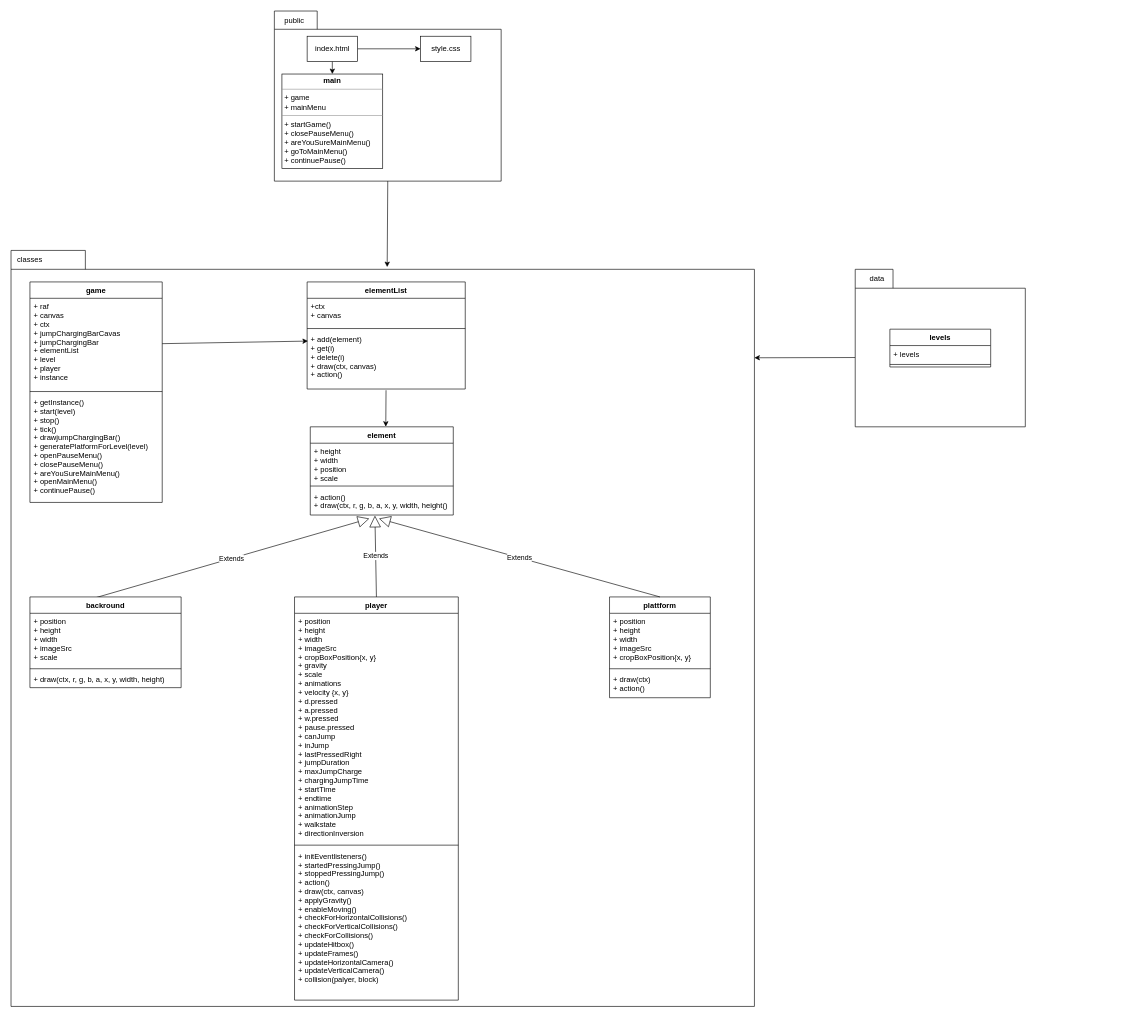
Above: klassendiagramm.drawio in ozhadykov/browsergame-v2 (draw.io), before the change. Source tidied: cells renumbered, new cells numbered last; positions are measured from the earlier drawing's top-left corner, leaving out a move shared by most shapes. Both pictures are drawn from the tidied source at 63%, with x=0, y=0 at pixel (11, 11).
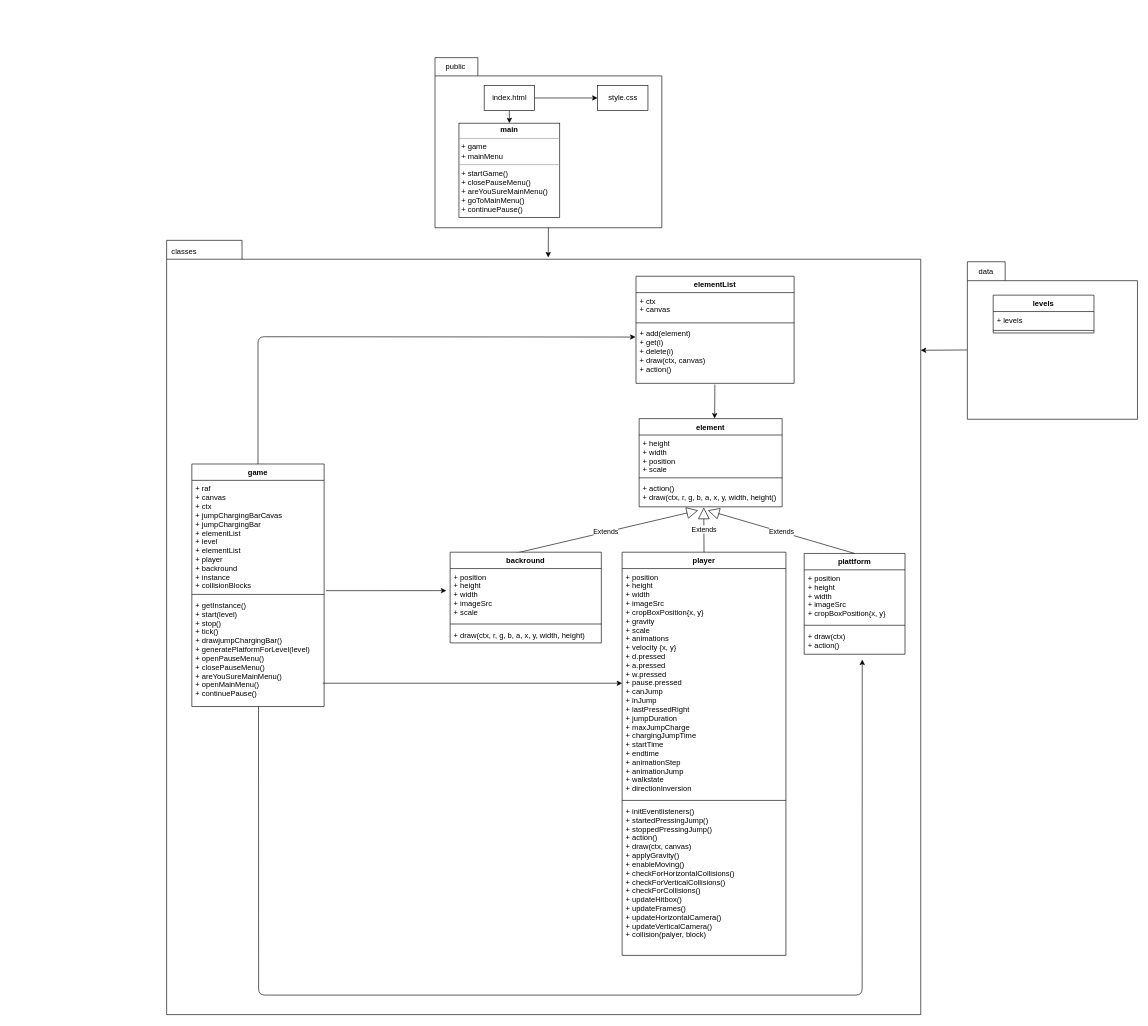
The same diagram, later.

Unchanged cells that the change refers to:
```xml
<mxCell id="18" value="+ add(element)&#10;+ get(i)&#10;+ delete(i)&#10;+ draw(ctx, canvas)&#10;+ action()" style="text;strokeColor=none;fillColor=none;align=left;verticalAlign=top;spacingLeft=4;spacingRight=4;overflow=hidden;points=[[0,0.5],[1,0.5]];portConstraint=eastwest;" parent="15" vertex="1">
  <mxGeometry y="78" width="251" height="92" as="geometry" />
</mxCell>
<mxCell id="26" value="+ position&#10;+ height&#10;+ width&#10;+ imageSrc&#10;+ cropBoxPosition{x, y}&#10;+ gravity&#10;+ scale&#10;+ animations&#10;+ velocity {x, y}&#10;+ d.pressed&#10;+ a.pressed&#10;+ w.pressed&#10;+ pause.pressed&#10;+ canJump&#10;+ inJump&#10;+ lastPressedRight&#10;+ jumpDuration&#10;+ maxJumpCharge&#10;+ chargingJumpTime&#10;+ startTime&#10;+ endtime&#10;+ animationStep&#10;+ animationJump&#10;+ walkstate&#10;+ directionInversion" style="text;strokeColor=none;fillColor=none;align=left;verticalAlign=top;spacingLeft=4;spacingRight=4;overflow=hidden;points=[[0,0.5],[1,0.5]];portConstraint=eastwest;" parent="25" vertex="1">
  <mxGeometry y="26" width="260" height="364" as="geometry" />
</mxCell>
<mxCell id="32" value="+ draw(ctx)&#10;+ action()" style="text;strokeColor=none;fillColor=none;align=left;verticalAlign=top;spacingLeft=4;spacingRight=4;overflow=hidden;points=[[0,0.5],[1,0.5]];portConstraint=eastwest;" parent="29" vertex="1">
  <mxGeometry y="118" width="160" height="42" as="geometry" />
</mxCell>
```

The edit, as a diff of the source:
```diff
@@
     <mxCell id="2" style="shape=folder;fontStyle=1;spacingTop=10;tabWidth=50;tabHeight=30;tabPosition=left;html=1;" parent="1" vertex="1">
-      <mxGeometry y="380" width="1180" height="1200" as="geometry" />
+      <mxGeometry x="247" y="364" width="1197" height="1229" as="geometry" />
     </mxCell>
     <mxCell id="3" style="shape=folder;fontStyle=1;spacingTop=10;tabWidth=68;tabHeight=29;tabPosition=left;html=1;" parent="1" vertex="1">
-      <mxGeometry x="418" width="360" height="270" as="geometry" />
+      <mxGeometry x="673" y="74" width="360" height="270" as="geometry" />
     </mxCell>
     <mxCell id="4" value="&lt;p style=&quot;margin:0px;margin-top:4px;text-align:center;&quot;&gt;&lt;b&gt;main&lt;/b&gt;&lt;/p&gt;&lt;hr size=&quot;1&quot;&gt;&lt;p style=&quot;margin:0px;margin-left:4px;&quot;&gt;+ game&lt;/p&gt;&lt;p style=&quot;margin:0px;margin-left:4px;&quot;&gt;+ mainMenu&lt;/p&gt;&lt;hr size=&quot;1&quot;&gt;&lt;p style=&quot;margin:0px;margin-left:4px;&quot;&gt;+ startGame()&lt;/p&gt;&lt;p style=&quot;margin:0px;margin-left:4px;&quot;&gt;+ closePauseMenu()&lt;/p&gt;&lt;p style=&quot;margin:0px;margin-left:4px;&quot;&gt;+ areYouSureMainMenu()&lt;/p&gt;&lt;p style=&quot;margin:0px;margin-left:4px;&quot;&gt;+ goToMainMenu()&lt;/p&gt;&lt;p style=&quot;margin:0px;margin-left:4px;&quot;&gt;+ continuePause()&lt;/p&gt;" style="verticalAlign=top;align=left;overflow=fill;fontSize=12;fontFamily=Helvetica;html=1;" parent="1" vertex="1">
-      <mxGeometry x="430" y="100" width="160" height="150" as="geometry" />
+      <mxGeometry x="711" y="178" width="160" height="150" as="geometry" />
     </mxCell>
@@
     <mxCell id="7" value="index.html" style="html=1;" parent="1" vertex="1">
-      <mxGeometry x="470" y="40" width="80" height="40" as="geometry" />
+      <mxGeometry x="751" y="118" width="80" height="40" as="geometry" />
     </mxCell>
     <mxCell id="8" value="style.css" style="html=1;" parent="1" vertex="1">
-      <mxGeometry x="650" y="40" width="80" height="40" as="geometry" />
+      <mxGeometry x="931" y="118" width="80" height="40" as="geometry" />
     </mxCell>
     <mxCell id="9" value="public" style="text;html=1;strokeColor=none;fillColor=none;align=center;verticalAlign=middle;whiteSpace=wrap;rounded=0;" parent="1" vertex="1">
-      <mxGeometry x="420" width="60" height="30" as="geometry" />
+      <mxGeometry x="676" y="74" width="60" height="30" as="geometry" />
     </mxCell>
     <mxCell id="10" value="classes" style="text;html=1;strokeColor=none;fillColor=none;align=center;verticalAlign=middle;whiteSpace=wrap;rounded=0;" parent="1" vertex="1">
-      <mxGeometry y="380" width="60" height="30" as="geometry" />
+      <mxGeometry x="245" y="367" width="60" height="30" as="geometry" />
     </mxCell>
     <mxCell id="11" value="game&#10;" style="swimlane;fontStyle=1;align=center;verticalAlign=top;horizontal=1;startSize=26;" parent="1" vertex="1">
-      <mxGeometry x="30" y="430" width="210" height="350" as="geometry" />
+      <mxGeometry x="287" y="719" width="210" height="385" as="geometry" />
     </mxCell>
-    <mxCell id="12" value="+ raf&#10;+ canvas&#10;+ ctx&#10;+ jumpChargingBarCavas&#10;+ jumpChargingBar&#10;+ elementList&#10;+ level&#10;+ player&#10;+ instance" style="text;strokeColor=none;fillColor=none;align=left;verticalAlign=top;spacingLeft=4;spacingRight=4;overflow=hidden;points=[[0,0.5],[1,0.5]];portConstraint=eastwest;" parent="11" vertex="1">
-      <mxGeometry y="26" width="210" height="144" as="geometry" />
+    <mxCell id="12" value="+ raf&#10;+ canvas&#10;+ ctx&#10;+ jumpChargingBarCavas&#10;+ jumpChargingBar&#10;+ elementList&#10;+ level&#10;+ elementList&#10;+ player&#10;+ backround&#10;+ instance&#10;+ collisionBlocks" style="text;strokeColor=none;fillColor=none;align=left;verticalAlign=top;spacingLeft=4;spacingRight=4;overflow=hidden;points=[[0,0.5],[1,0.5]];portConstraint=eastwest;" parent="11" vertex="1">
+      <mxGeometry y="26" width="210" height="177" as="geometry" />
     </mxCell>
     <mxCell id="13" style="line;strokeWidth=1;fillColor=none;align=left;verticalAlign=middle;spacingTop=-1;spacingLeft=3;spacingRight=3;labelPosition=right;strokeColor=inherit;" parent="11" vertex="1">
-      <mxGeometry y="170" width="210" height="8" as="geometry" />
+      <mxGeometry y="203" width="210" height="8" as="geometry" />
     </mxCell>
     <mxCell id="14" value="+ getInstance()&#10;+ start(level)&#10;+ stop()&#10;+ tick()&#10;+ drawjumpChargingBar()&#10;+ generatePlatformForLevel(level)&#10;+ openPauseMenu()&#10;+ closePauseMenu()&#10;+ areYouSureMainMenu()&#10;+ openMainMenu()&#10;+ continuePause()&#10; " style="text;strokeColor=none;fillColor=none;align=left;verticalAlign=top;spacingLeft=4;spacingRight=4;overflow=hidden;points=[[0,0.5],[1,0.5]];portConstraint=eastwest;" parent="11" vertex="1">
-      <mxGeometry y="178" width="210" height="172" as="geometry" />
+      <mxGeometry y="211" width="210" height="174" as="geometry" />
     </mxCell>
     <mxCell id="15" value="elementList&#10;" style="swimlane;fontStyle=1;align=center;verticalAlign=top;horizontal=1;startSize=26;" parent="1" vertex="1">
-      <mxGeometry x="470" y="430" width="251" height="170" as="geometry" />
+      <mxGeometry x="992" y="421" width="251" height="170" as="geometry" />
     </mxCell>
-    <mxCell id="16" value="+ctx&#10;+ canvas&#10;" style="text;strokeColor=none;fillColor=none;align=left;verticalAlign=top;spacingLeft=4;spacingRight=4;overflow=hidden;" parent="15" vertex="1">
+    <mxCell id="16" value="+ ctx&#10;+ canvas&#10;" style="text;strokeColor=none;fillColor=none;align=left;verticalAlign=top;spacingLeft=4;spacingRight=4;overflow=hidden;" parent="15" vertex="1">
       <mxGeometry y="26" width="251" height="44" as="geometry" />
     </mxCell>
@@
-    <mxCell id="19" style="edgeStyle=none;html=1;exitX=1;exitY=0.5;exitDx=0;exitDy=0;entryX=0.005;entryY=0.173;entryDx=0;entryDy=0;entryPerimeter=0;" parent="1" edge="1" source="12" target="18">
-      <mxGeometry relative="1" as="geometry" />
+    <mxCell id="19" style="edgeStyle=none;html=1;exitX=0.5;exitY=0;exitDx=0;exitDy=0;entryX=-0.003;entryY=0.201;entryDx=0;entryDy=0;entryPerimeter=0;" parent="1" edge="1" source="11" target="18">
+      <mxGeometry relative="1" as="geometry">
+        <Array as="points">
+          <mxPoint x="392" y="517" />
+        </Array>
+      </mxGeometry>
     </mxCell>
     <mxCell id="20" value="element" style="swimlane;fontStyle=1;align=center;verticalAlign=top;horizontal=1;startSize=26;" parent="1" vertex="1">
-      <mxGeometry x="475" y="660" width="227" height="140" as="geometry" />
+      <mxGeometry x="997" y="647" width="227" height="140" as="geometry" />
     </mxCell>
@@
     <mxCell id="25" value="player&#10;&#10;" style="swimlane;fontStyle=1;align=center;verticalAlign=top;horizontal=1;startSize=26;" parent="1" vertex="1">
-      <mxGeometry x="450" y="930" width="260" height="640" as="geometry" />
+      <mxGeometry x="970" y="859" width="260" height="640" as="geometry" />
     </mxCell>
@@
     <mxCell id="29" value="plattform&#10;" style="swimlane;fontStyle=1;align=center;verticalAlign=top;horizontal=1;startSize=26;" parent="1" vertex="1">
-      <mxGeometry x="950" y="930" width="160" height="160" as="geometry" />
+      <mxGeometry x="1259" y="861" width="160" height="160" as="geometry" />
     </mxCell>
@@
     <mxCell id="36" value="backround&#10;" style="swimlane;fontStyle=1;align=center;verticalAlign=top;horizontal=1;startSize=26;" parent="1" vertex="1">
-      <mxGeometry x="30" y="930" width="240" height="144" as="geometry" />
+      <mxGeometry x="697" y="859" width="240" height="144" as="geometry" />
     </mxCell>
@@
     <mxCell id="41" style="shape=folder;fontStyle=1;spacingTop=10;tabWidth=60;tabHeight=30;tabPosition=left;html=1;" parent="1" vertex="1">
-      <mxGeometry x="1340" y="410" width="270" height="250" as="geometry" />
+      <mxGeometry x="1518" y="398" width="270" height="250" as="geometry" />
     </mxCell>
     <mxCell id="42" value="levels&#10;" style="swimlane;fontStyle=1;align=center;verticalAlign=top;horizontal=1;startSize=26;" parent="1" vertex="1">
-      <mxGeometry x="1395" y="505" width="160" height="60" as="geometry" />
+      <mxGeometry x="1559" y="451" width="160" height="60" as="geometry" />
     </mxCell>
@@
     <mxCell id="45" value="data" style="text;html=1;strokeColor=none;fillColor=none;align=center;verticalAlign=middle;whiteSpace=wrap;rounded=0;" parent="1" vertex="1">
-      <mxGeometry x="1345" y="410" width="60" height="30" as="geometry" />
+      <mxGeometry x="1518" y="399" width="60" height="30" as="geometry" />
     </mxCell>
@@
+    <mxCell id="47" style="edgeStyle=none;html=1;exitX=0.504;exitY=1.001;exitDx=0;exitDy=0;entryX=0.576;entryY=1.203;entryDx=0;entryDy=0;entryPerimeter=0;exitPerimeter=0;" parent="1" edge="1" source="14" target="32">
+      <mxGeometry relative="1" as="geometry">
+        <Array as="points">
+          <mxPoint x="393" y="1562" />
+          <mxPoint x="1351" y="1562" />
+        </Array>
+      </mxGeometry>
+    </mxCell>
+    <mxCell id="48" style="edgeStyle=none;html=1;exitX=1.014;exitY=0.989;exitDx=0;exitDy=0;exitPerimeter=0;" parent="1" edge="1" source="12">
+      <mxGeometry relative="1" as="geometry">
+        <mxPoint x="691" y="920" as="targetPoint" />
+      </mxGeometry>
+    </mxCell>
+    <mxCell id="49" style="edgeStyle=none;html=1;entryX=0;entryY=0.5;entryDx=0;entryDy=0;" parent="1" edge="1" target="26">
+      <mxGeometry relative="1" as="geometry">
+        <mxPoint x="495" y="1067" as="sourcePoint" />
+      </mxGeometry>
+    </mxCell>
```
